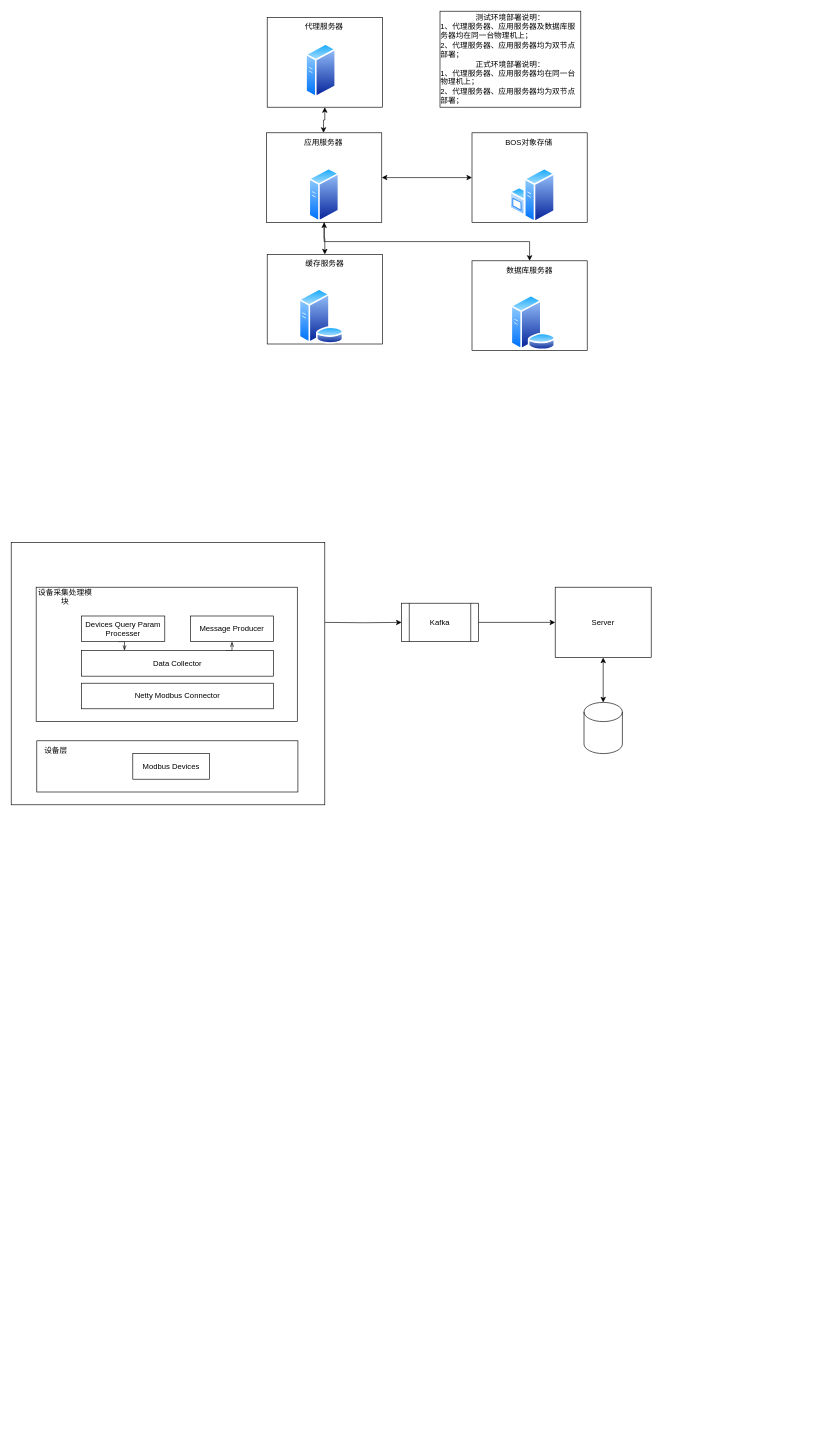
Above: 临时.drawio in Amanocino/java-tuling (draw.io), before the change. Source tidied: cells renumbered, new cells numbered last; positions are measured from the earlier drawing's top-left corner, leaving out a move shared by most shapes. Both pictures are drawn from the tidied source at 64%, with x=0, y=0 at pixel (11, 11).
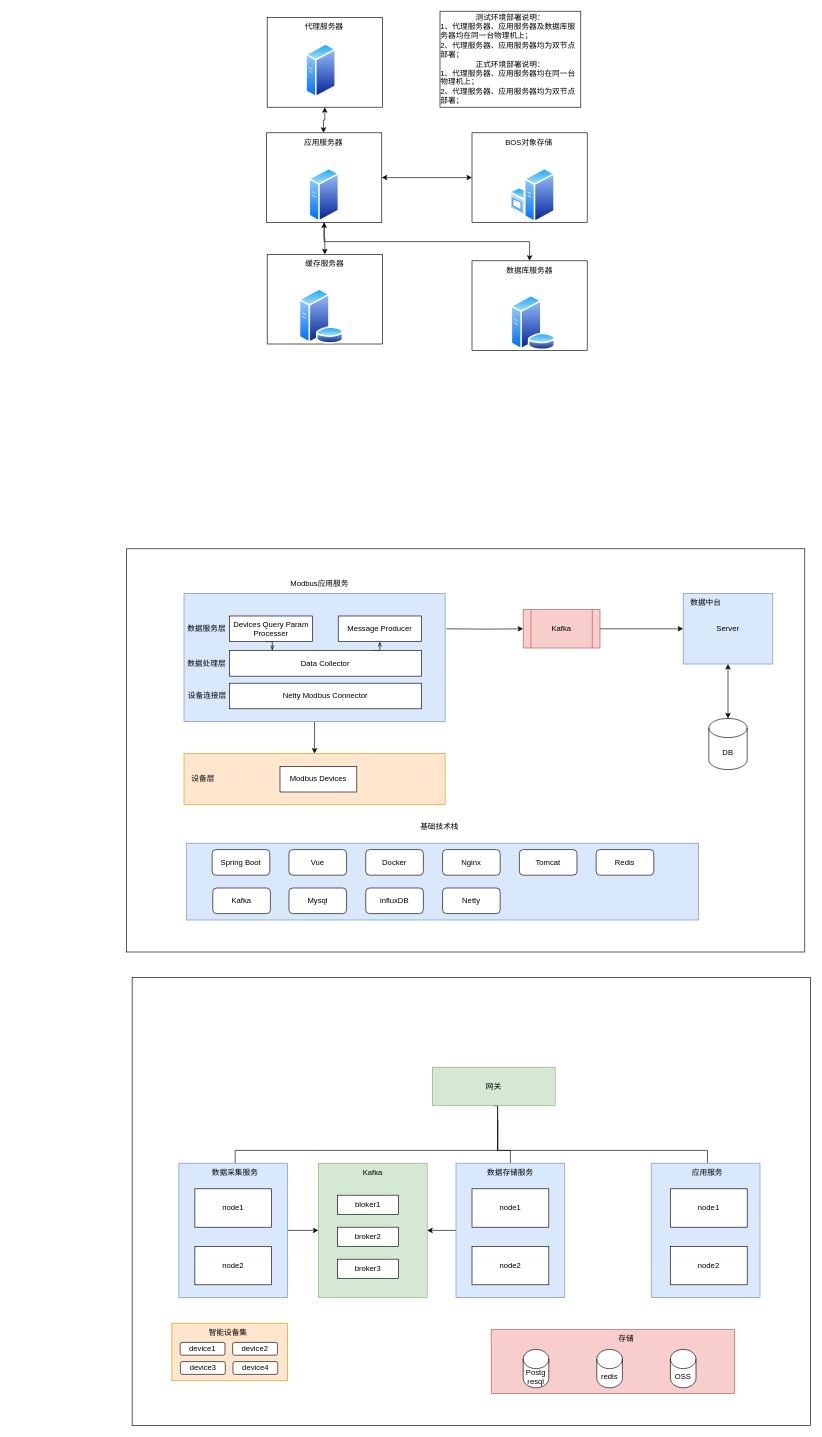
The same page after the edit.

The edit, as a diff of the source:
```diff
@@
+    <mxCell id="40" style="rounded=0;whiteSpace=wrap;html=1;" parent="1" vertex="1">
+      <mxGeometry x="180" y="840" width="1060" height="630" as="geometry" />
+    </mxCell>
@@
     <mxCell id="22" style="edgeStyle=orthogonalEdgeStyle;rounded=0;jettySize=auto;html=1;exitX=1;exitY=0.5;exitDx=0;exitDy=0;entryX=0;entryY=0.5;entryDx=0;entryDy=0;" parent="1" edge="1" target="24">
       <mxGeometry relative="1" as="geometry">
-        <mxPoint x="490" y="955" as="sourcePoint" />
+        <mxPoint x="680" y="965" as="sourcePoint" />
       </mxGeometry>
     </mxCell>
@@
-    <mxCell id="24" value="Kafka" style="shape=process;whiteSpace=wrap;html=1;backgroundOutline=1;" parent="1" vertex="1">
-      <mxGeometry x="610" y="925" width="120" height="60" as="geometry" />
+    <mxCell id="24" value="Kafka" style="shape=process;whiteSpace=wrap;html=1;backgroundOutline=1;fillColor=#f8cecc;strokeColor=#b85450;" parent="1" vertex="1">
+      <mxGeometry x="800" y="935" width="120" height="60" as="geometry" />
     </mxCell>
-    <mxCell id="25" value="Server" style="rounded=0;whiteSpace=wrap;html=1;" parent="1" vertex="1">
-      <mxGeometry x="850" y="900" width="150" height="110" as="geometry" />
+    <mxCell id="25" value="Server" style="rounded=0;whiteSpace=wrap;html=1;fillColor=#dae8fc;strokeColor=#6c8ebf;" parent="1" vertex="1">
+      <mxGeometry x="1050" y="910" width="140" height="110" as="geometry" />
     </mxCell>
-    <mxCell id="26" style="shape=cylinder3;whiteSpace=wrap;html=1;boundedLbl=1;backgroundOutline=1;size=15;" parent="1" vertex="1">
-      <mxGeometry x="895" y="1080" width="60" height="80" as="geometry" />
+    <mxCell id="26" value="DB" style="shape=cylinder3;whiteSpace=wrap;html=1;boundedLbl=1;backgroundOutline=1;size=15;" parent="1" vertex="1">
+      <mxGeometry x="1090" y="1105" width="60" height="80" as="geometry" />
     </mxCell>
@@
-    <mxCell id="28" style="rounded=0;whiteSpace=wrap;html=1;" parent="1" vertex="1">
-      <mxGeometry y="830" width="490" height="410" as="geometry" />
-    </mxCell>
-    <mxCell id="29" style="rounded=0;whiteSpace=wrap;html=1;" parent="1" vertex="1">
-      <mxGeometry x="40" y="1140" width="408" height="80" as="geometry" />
+    <mxCell id="29" style="rounded=0;whiteSpace=wrap;html=1;fillColor=#ffe6cc;strokeColor=#d79b00;" parent="1" vertex="1">
+      <mxGeometry x="270" y="1160" width="408" height="80" as="geometry" />
     </mxCell>
     <mxCell id="30" value="Modbus Devices" style="rounded=0;whiteSpace=wrap;html=1;" parent="1" vertex="1">
-      <mxGeometry x="190" y="1160" width="120" height="40" as="geometry" />
+      <mxGeometry x="420" y="1180" width="120" height="40" as="geometry" />
     </mxCell>
     <mxCell id="31" value="设备层" style="text;strokeColor=none;align=center;fillColor=none;html=1;verticalAlign=middle;whiteSpace=wrap;rounded=0;" parent="1" vertex="1">
-      <mxGeometry x="40" y="1140" width="60" height="30" as="geometry" />
+      <mxGeometry x="270" y="1185" width="60" height="30" as="geometry" />
     </mxCell>
+    <mxCell id="41" style="edgeStyle=orthogonalEdgeStyle;rounded=0;jettySize=auto;html=1;exitX=0.5;exitY=1;exitDx=0;exitDy=0;" parent="1" edge="1" source="32" target="29">
+      <mxGeometry relative="1" as="geometry" />
+    </mxCell>
-    <mxCell id="32" style="rounded=0;whiteSpace=wrap;html=1;" parent="1" vertex="1">
-      <mxGeometry x="39" y="900" width="408" height="210" as="geometry" />
+    <mxCell id="32" style="rounded=0;whiteSpace=wrap;html=1;fillColor=#dae8fc;strokeColor=#6c8ebf;" parent="1" vertex="1">
+      <mxGeometry x="270" y="910" width="408" height="200" as="geometry" />
     </mxCell>
     <mxCell id="33" value="Netty Modbus Connector" style="rounded=0;whiteSpace=wrap;html=1;" parent="1" vertex="1">
-      <mxGeometry x="110" y="1050" width="300" height="40" as="geometry" />
+      <mxGeometry x="341" y="1050" width="300" height="40" as="geometry" />
     </mxCell>
-    <mxCell id="34" value="设备采集处理模块" style="text;strokeColor=none;align=center;fillColor=none;html=1;verticalAlign=middle;whiteSpace=wrap;rounded=0;" parent="1" vertex="1">
-      <mxGeometry x="39" y="900" width="91" height="30" as="geometry" />
+    <mxCell id="34" value="设备连接层" style="text;strokeColor=none;align=center;fillColor=none;html=1;verticalAlign=middle;whiteSpace=wrap;rounded=0;" parent="1" vertex="1">
+      <mxGeometry x="271" y="1055" width="71" height="30" as="geometry" />
     </mxCell>
@@
     <mxCell id="36" value="Data Collector" style="rounded=0;whiteSpace=wrap;html=1;" parent="1" vertex="1">
-      <mxGeometry x="110" y="999" width="300" height="40" as="geometry" />
+      <mxGeometry x="341" y="999" width="300" height="40" as="geometry" />
     </mxCell>
     <mxCell id="37" value="Message Producer" style="rounded=0;whiteSpace=wrap;html=1;" parent="1" vertex="1">
-      <mxGeometry x="280" y="945" width="130" height="40" as="geometry" />
+      <mxGeometry x="511" y="945" width="130" height="40" as="geometry" />
     </mxCell>
     <mxCell id="38" style="edgeStyle=orthogonalEdgeStyle;rounded=0;orthogonalLoop=1;jettySize=auto;html=1;exitX=0.5;exitY=1;exitDx=0;exitDy=0;entryX=0.25;entryY=0;entryDx=0;entryDy=0;endArrow=openThin;endFill=0;" parent="1" edge="1">
       <mxGeometry relative="1" as="geometry">
-        <mxPoint x="167" y="985" as="sourcePoint" />
-        <mxPoint x="177" y="999" as="targetPoint" />
+        <mxPoint x="398" y="985" as="sourcePoint" />
+        <mxPoint x="408" y="999" as="targetPoint" />
       </mxGeometry>
     </mxCell>
     <mxCell id="39" value="Devices Query Param Processer" style="rounded=0;whiteSpace=wrap;html=1;" parent="1" vertex="1">
-      <mxGeometry x="110" y="945" width="130" height="40" as="geometry" />
+      <mxGeometry x="341" y="945" width="130" height="40" as="geometry" />
     </mxCell>
+    <mxCell id="42" value="数据中台" style="text;strokeColor=none;align=center;fillColor=none;html=1;verticalAlign=middle;whiteSpace=wrap;rounded=0;" parent="1" vertex="1">
+      <mxGeometry x="1040" y="910" width="91" height="30" as="geometry" />
+    </mxCell>
+    <mxCell id="43" value="数据处理层" style="text;strokeColor=none;align=center;fillColor=none;html=1;verticalAlign=middle;whiteSpace=wrap;rounded=0;" parent="1" vertex="1">
+      <mxGeometry x="270" y="1004" width="71" height="30" as="geometry" />
+    </mxCell>
+    <mxCell id="44" value="数据服务层" style="text;strokeColor=none;align=center;fillColor=none;html=1;verticalAlign=middle;whiteSpace=wrap;rounded=0;" parent="1" vertex="1">
+      <mxGeometry x="270" y="950" width="71" height="30" as="geometry" />
+    </mxCell>
+    <mxCell id="45" value="Modbus应用服务" style="text;strokeColor=none;align=center;fillColor=none;html=1;verticalAlign=middle;whiteSpace=wrap;rounded=0;" parent="1" vertex="1">
+      <mxGeometry x="432" y="880" width="100" height="30" as="geometry" />
+    </mxCell>
+    <mxCell id="46" style="rounded=0;whiteSpace=wrap;html=1;fillColor=#dae8fc;strokeColor=#6c8ebf;" parent="1" vertex="1">
+      <mxGeometry x="274" y="1300" width="800" height="120" as="geometry" />
+    </mxCell>
+    <mxCell id="47" value="Spring Boot" style="rounded=1;whiteSpace=wrap;html=1;" parent="1" vertex="1">
+      <mxGeometry x="314" y="1310" width="90" height="40" as="geometry" />
+    </mxCell>
+    <mxCell id="48" value="基础技术栈" style="text;strokeColor=none;align=center;fillColor=none;html=1;verticalAlign=middle;whiteSpace=wrap;rounded=0;" parent="1" vertex="1">
+      <mxGeometry x="634" y="1260" width="71" height="30" as="geometry" />
+    </mxCell>
+    <mxCell id="49" value="Vue" style="rounded=1;whiteSpace=wrap;html=1;" parent="1" vertex="1">
+      <mxGeometry x="434" y="1310" width="90" height="40" as="geometry" />
+    </mxCell>
+    <mxCell id="50" value="Docker" style="rounded=1;whiteSpace=wrap;html=1;" parent="1" vertex="1">
+      <mxGeometry x="554" y="1310" width="90" height="40" as="geometry" />
+    </mxCell>
+    <mxCell id="51" value="Nginx" style="rounded=1;whiteSpace=wrap;html=1;" parent="1" vertex="1">
+      <mxGeometry x="674" y="1310" width="90" height="40" as="geometry" />
+    </mxCell>
+    <mxCell id="52" value="Tomcat" style="rounded=1;whiteSpace=wrap;html=1;" parent="1" vertex="1">
+      <mxGeometry x="794" y="1310" width="90" height="40" as="geometry" />
+    </mxCell>
+    <mxCell id="53" value="Redis" style="rounded=1;whiteSpace=wrap;html=1;" parent="1" vertex="1">
+      <mxGeometry x="914" y="1310" width="90" height="40" as="geometry" />
+    </mxCell>
+    <mxCell id="54" value="Kafka" style="rounded=1;whiteSpace=wrap;html=1;" parent="1" vertex="1">
+      <mxGeometry x="315" y="1370" width="90" height="40" as="geometry" />
+    </mxCell>
+    <mxCell id="55" value="Mysql" style="rounded=1;whiteSpace=wrap;html=1;" parent="1" vertex="1">
+      <mxGeometry x="434" y="1370" width="90" height="40" as="geometry" />
+    </mxCell>
+    <mxCell id="56" value="influxDB" style="rounded=1;whiteSpace=wrap;html=1;" parent="1" vertex="1">
+      <mxGeometry x="554" y="1370" width="90" height="40" as="geometry" />
+    </mxCell>
+    <mxCell id="57" value="Netty" style="rounded=1;whiteSpace=wrap;html=1;" parent="1" vertex="1">
+      <mxGeometry x="674" y="1370" width="90" height="40" as="geometry" />
+    </mxCell>
+    <mxCell id="58" style="rounded=0;whiteSpace=wrap;html=1;" parent="1" vertex="1">
+      <mxGeometry x="189" y="1510" width="1060" height="700" as="geometry" />
+    </mxCell>
+    <mxCell id="59" style="edgeStyle=orthogonalEdgeStyle;rounded=0;jettySize=auto;html=1;exitX=0.5;exitY=1;exitDx=0;exitDy=0;entryX=0.5;entryY=0;entryDx=0;entryDy=0;endArrow=none;endFill=0;" parent="1" edge="1" source="61" target="74">
+      <mxGeometry relative="1" as="geometry">
+        <Array as="points">
+          <mxPoint x="760" y="1710" />
+          <mxPoint x="760" y="1780" />
+          <mxPoint x="780" y="1780" />
+        </Array>
+      </mxGeometry>
+    </mxCell>
+    <mxCell id="60" style="edgeStyle=orthogonalEdgeStyle;rounded=0;jettySize=auto;html=1;exitX=0.5;exitY=1;exitDx=0;exitDy=0;endArrow=none;endFill=0;" parent="1" edge="1" source="61" target="75">
+      <mxGeometry relative="1" as="geometry">
+        <Array as="points">
+          <mxPoint x="760" y="1710" />
+          <mxPoint x="760" y="1780" />
+          <mxPoint x="1088" y="1780" />
+        </Array>
+      </mxGeometry>
+    </mxCell>
+    <mxCell id="61" value="网关" style="rounded=0;whiteSpace=wrap;html=1;fillColor=#d5e8d4;strokeColor=#82b366;" parent="1" vertex="1">
+      <mxGeometry x="658" y="1650" width="192" height="60" as="geometry" />
+    </mxCell>
+    <mxCell id="62" style="edgeStyle=orthogonalEdgeStyle;rounded=0;jettySize=auto;html=1;exitX=1;exitY=0.5;exitDx=0;exitDy=0;entryX=0;entryY=0.5;entryDx=0;entryDy=0;" parent="1" edge="1" source="63" target="83">
+      <mxGeometry relative="1" as="geometry" />
+    </mxCell>
+    <mxCell id="63" style="rounded=0;whiteSpace=wrap;html=1;fillColor=#dae8fc;strokeColor=#6c8ebf;" parent="1" vertex="1">
+      <mxGeometry x="262" y="1800" width="170" height="210" as="geometry" />
+    </mxCell>
+    <mxCell id="64" style="edgeStyle=orthogonalEdgeStyle;rounded=0;jettySize=auto;html=1;exitX=0;exitY=0.5;exitDx=0;exitDy=0;entryX=1;entryY=0.5;entryDx=0;entryDy=0;" parent="1" edge="1" source="65" target="83">
+      <mxGeometry relative="1" as="geometry" />
+    </mxCell>
+    <mxCell id="65" style="rounded=0;whiteSpace=wrap;html=1;fillColor=#dae8fc;strokeColor=#6c8ebf;" parent="1" vertex="1">
+      <mxGeometry x="695" y="1800" width="170" height="210" as="geometry" />
+    </mxCell>
+    <mxCell id="66" style="rounded=0;whiteSpace=wrap;html=1;fillColor=#dae8fc;strokeColor=#6c8ebf;" parent="1" vertex="1">
+      <mxGeometry x="1000" y="1800" width="170" height="210" as="geometry" />
+    </mxCell>
+    <mxCell id="67" value="node1" style="rounded=0;whiteSpace=wrap;html=1;" parent="1" vertex="1">
+      <mxGeometry x="287" y="1840" width="120" height="60" as="geometry" />
+    </mxCell>
+    <mxCell id="68" value="node2" style="rounded=0;whiteSpace=wrap;html=1;" parent="1" vertex="1">
+      <mxGeometry x="287" y="1930" width="120" height="60" as="geometry" />
+    </mxCell>
+    <mxCell id="69" value="node1" style="rounded=0;whiteSpace=wrap;html=1;" parent="1" vertex="1">
+      <mxGeometry x="720" y="1840" width="120" height="60" as="geometry" />
+    </mxCell>
+    <mxCell id="70" value="node2" style="rounded=0;whiteSpace=wrap;html=1;" parent="1" vertex="1">
+      <mxGeometry x="720" y="1930" width="120" height="60" as="geometry" />
+    </mxCell>
+    <mxCell id="71" value="node1" style="rounded=0;whiteSpace=wrap;html=1;" parent="1" vertex="1">
+      <mxGeometry x="1030" y="1840" width="120" height="60" as="geometry" />
+    </mxCell>
+    <mxCell id="72" value="node2" style="rounded=0;whiteSpace=wrap;html=1;" parent="1" vertex="1">
+      <mxGeometry x="1030" y="1930" width="120" height="60" as="geometry" />
+    </mxCell>
+    <mxCell id="73" value="数据采集服务" style="text;strokeColor=none;align=center;fillColor=none;html=1;verticalAlign=middle;whiteSpace=wrap;rounded=0;" parent="1" vertex="1">
+      <mxGeometry x="307" y="1800" width="86" height="30" as="geometry" />
+    </mxCell>
+    <mxCell id="74" value="数据存储服务" style="text;strokeColor=none;align=center;fillColor=none;html=1;verticalAlign=middle;whiteSpace=wrap;rounded=0;" parent="1" vertex="1">
+      <mxGeometry x="737" y="1800" width="86" height="30" as="geometry" />
+    </mxCell>
+    <mxCell id="75" value="应用服务" style="text;strokeColor=none;align=center;fillColor=none;html=1;verticalAlign=middle;whiteSpace=wrap;rounded=0;" parent="1" vertex="1">
+      <mxGeometry x="1045" y="1800" width="86" height="30" as="geometry" />
+    </mxCell>
+    <mxCell id="76" style="edgeStyle=orthogonalEdgeStyle;rounded=0;jettySize=auto;html=1;exitX=0.5;exitY=0;exitDx=0;exitDy=0;entryX=0.539;entryY=0.317;entryDx=0;entryDy=0;entryPerimeter=0;endArrow=none;endFill=0;" parent="1" edge="1" source="73" target="58">
+      <mxGeometry relative="1" as="geometry" />
+    </mxCell>
+    <mxCell id="77" style="rounded=0;whiteSpace=wrap;html=1;fillColor=#ffe6cc;strokeColor=#d79b00;" parent="1" vertex="1">
+      <mxGeometry x="251" y="2050" width="181" height="90" as="geometry" />
+    </mxCell>
+    <mxCell id="78" value="智能设备集" style="text;strokeColor=none;align=center;fillColor=none;html=1;verticalAlign=middle;whiteSpace=wrap;rounded=0;" parent="1" vertex="1">
+      <mxGeometry x="296" y="2050" width="86" height="30" as="geometry" />
+    </mxCell>
+    <mxCell id="79" value="device1" style="rounded=1;whiteSpace=wrap;html=1;" parent="1" vertex="1">
+      <mxGeometry x="264" y="2080" width="70" height="20" as="geometry" />
+    </mxCell>
+    <mxCell id="80" value="device2" style="rounded=1;whiteSpace=wrap;html=1;" parent="1" vertex="1">
+      <mxGeometry x="346" y="2080" width="70" height="20" as="geometry" />
+    </mxCell>
+    <mxCell id="81" value="device3" style="rounded=1;whiteSpace=wrap;html=1;" parent="1" vertex="1">
+      <mxGeometry x="264.5" y="2110" width="70" height="20" as="geometry" />
+    </mxCell>
+    <mxCell id="82" value="device4" style="rounded=1;whiteSpace=wrap;html=1;" parent="1" vertex="1">
+      <mxGeometry x="346.5" y="2110" width="70" height="20" as="geometry" />
+    </mxCell>
+    <mxCell id="83" style="rounded=0;whiteSpace=wrap;html=1;fillColor=#d5e8d4;strokeColor=#82b366;" parent="1" vertex="1">
+      <mxGeometry x="480" y="1800" width="170" height="210" as="geometry" />
+    </mxCell>
+    <mxCell id="84" value="bloker1" style="rounded=0;whiteSpace=wrap;html=1;" parent="1" vertex="1">
+      <mxGeometry x="510" y="1850" width="95" height="30" as="geometry" />
+    </mxCell>
+    <mxCell id="85" value="broker2" style="rounded=0;whiteSpace=wrap;html=1;" parent="1" vertex="1">
+      <mxGeometry x="510" y="1900" width="95" height="30" as="geometry" />
+    </mxCell>
+    <mxCell id="86" value="Kafka" style="text;strokeColor=none;align=center;fillColor=none;html=1;verticalAlign=middle;whiteSpace=wrap;rounded=0;" parent="1" vertex="1">
+      <mxGeometry x="522" y="1800" width="86" height="30" as="geometry" />
+    </mxCell>
+    <mxCell id="87" value="broker3" style="rounded=0;whiteSpace=wrap;html=1;" parent="1" vertex="1">
+      <mxGeometry x="510" y="1950" width="95" height="30" as="geometry" />
+    </mxCell>
+    <mxCell id="88" style="rounded=0;whiteSpace=wrap;html=1;fillColor=#f8cecc;strokeColor=#b85450;" parent="1" vertex="1">
+      <mxGeometry x="750" y="2060" width="380" height="100" as="geometry" />
+    </mxCell>
+    <mxCell id="89" value="存储" style="text;strokeColor=none;align=center;fillColor=none;html=1;verticalAlign=middle;whiteSpace=wrap;rounded=0;" parent="1" vertex="1">
+      <mxGeometry x="918" y="2060" width="86" height="30" as="geometry" />
+    </mxCell>
+    <mxCell id="90" value="Postg&lt;div&gt;resql&lt;/div&gt;" style="shape=cylinder3;whiteSpace=wrap;html=1;boundedLbl=1;backgroundOutline=1;size=15;" parent="1" vertex="1">
+      <mxGeometry x="800" y="2091" width="40" height="60" as="geometry" />
+    </mxCell>
+    <mxCell id="91" value="redis" style="shape=cylinder3;whiteSpace=wrap;html=1;boundedLbl=1;backgroundOutline=1;size=15;" parent="1" vertex="1">
+      <mxGeometry x="915" y="2091" width="40" height="60" as="geometry" />
+    </mxCell>
+    <mxCell id="92" value="OSS" style="shape=cylinder3;whiteSpace=wrap;html=1;boundedLbl=1;backgroundOutline=1;size=15;" parent="1" vertex="1">
+      <mxGeometry x="1030" y="2091" width="40" height="60" as="geometry" />
+    </mxCell>
```
